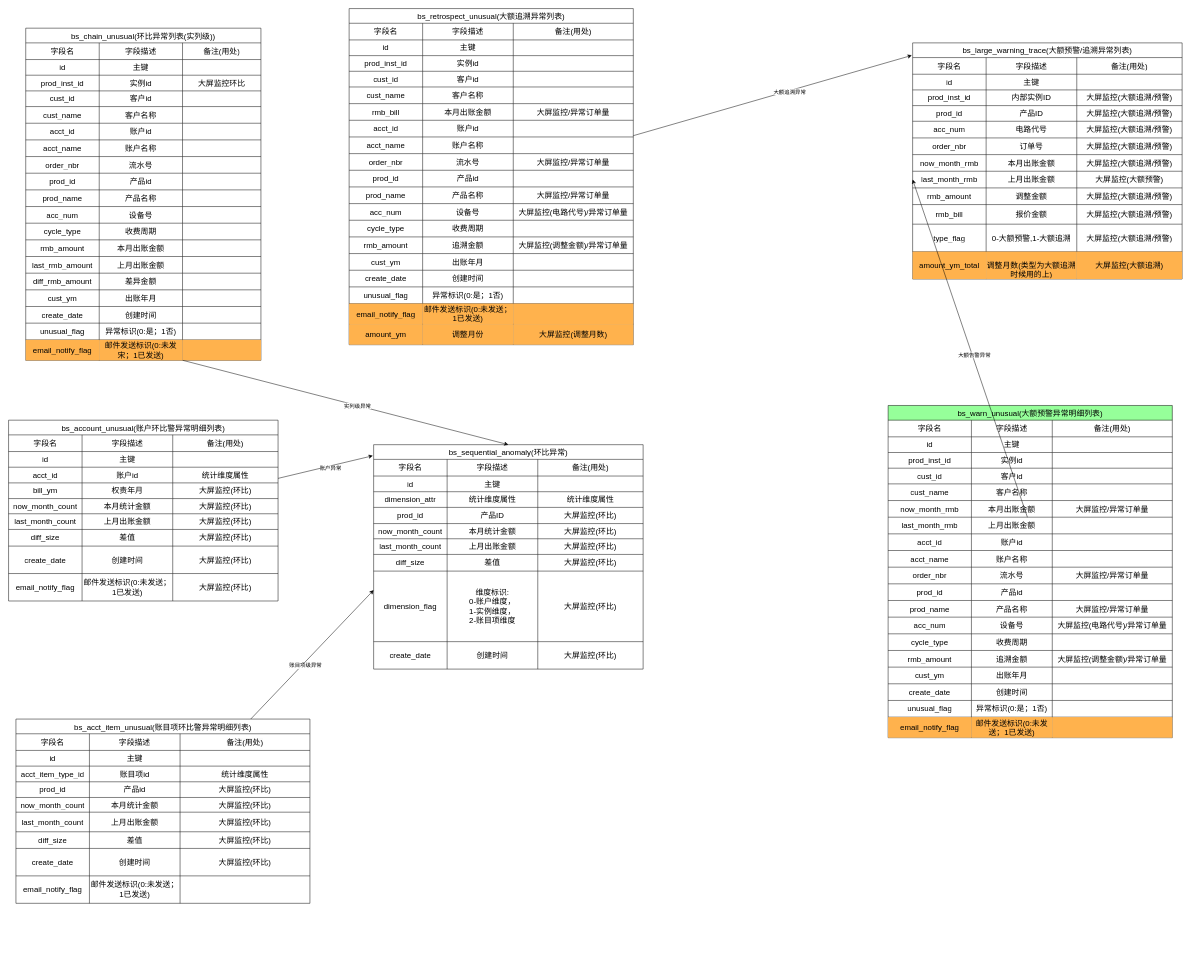
The draw.io diagram page "表结构" (1 of 2) of 环比异常设计.drawio in kunge2013/draw_view, before the edit. Source tidied: cells renumbered, new cells numbered last; positions are measured from the earlier drawing's top-left corner, leaving out a move shared by most shapes. Both pictures are drawn from the tidied source at 49%, with x=0, y=0 at pixel (8, 8).
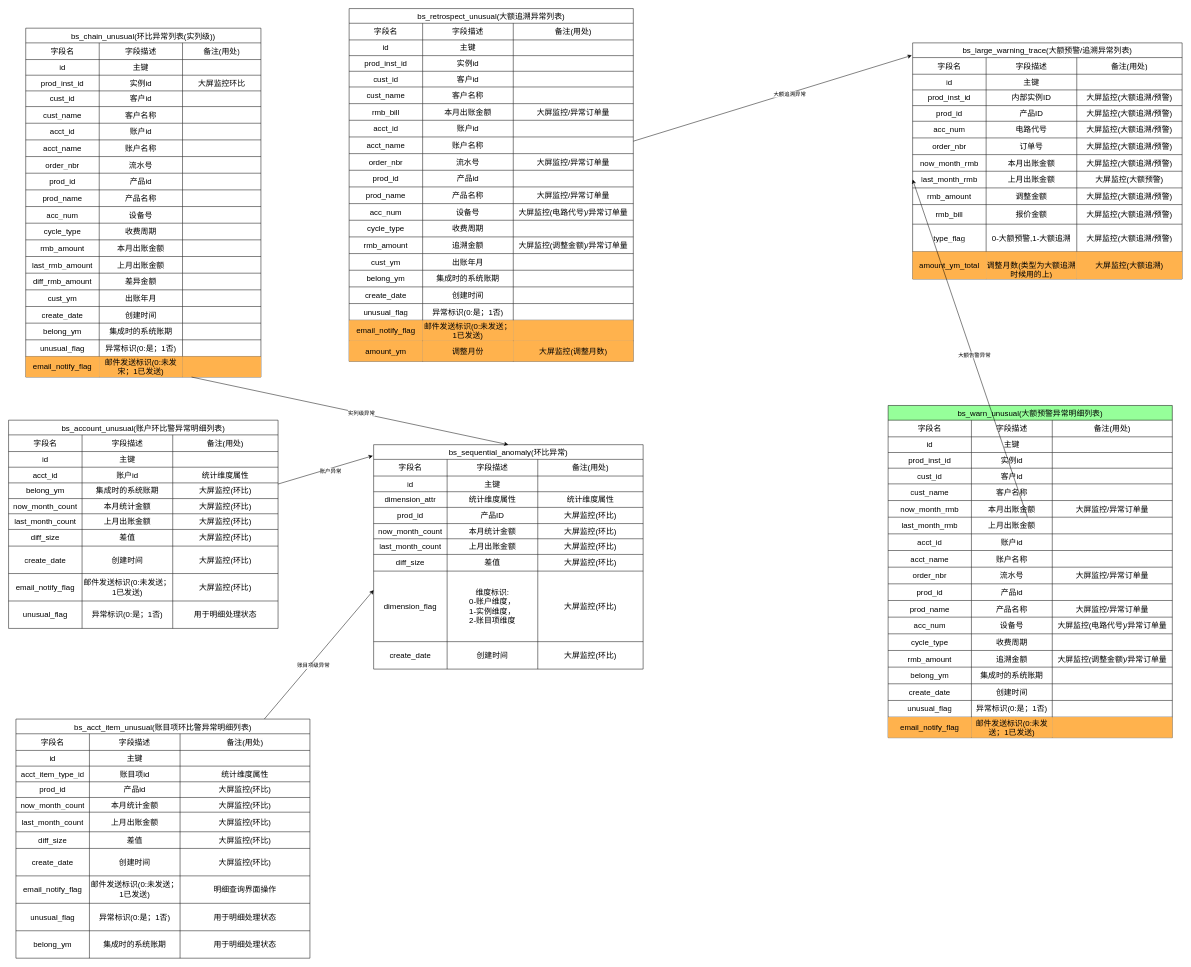
After the change.

Commit message:
更新环比异常设计.drawio

The change refers to these unchanged cells:
```xml
<mxCell id="71" style="shape=tableRow;horizontal=0;startSize=0;swimlaneHead=0;swimlaneBody=0;strokeColor=inherit;top=0;left=0;bottom=0;right=0;fillColor=none;fontSize=16;" parent="2" vertex="1">
  <mxGeometry y="602" width="480" height="34" as="geometry" />
</mxCell>
<mxCell id="268" style="shape=tableRow;horizontal=0;startSize=0;swimlaneHead=0;swimlaneBody=0;strokeColor=inherit;top=0;left=0;bottom=0;right=0;fillColor=none;fontSize=16;" parent="207" vertex="1">
  <mxGeometry y="534" width="580" height="34" as="geometry" />
</mxCell>
<mxCell id="338" style="shape=tableRow;horizontal=0;startSize=0;swimlaneHead=0;swimlaneBody=0;strokeColor=inherit;top=0;left=0;bottom=0;right=0;fillColor=none;fontSize=16;" parent="325" vertex="1">
  <mxGeometry y="128" width="550" height="32" as="geometry" />
</mxCell>
<mxCell id="397" style="shape=tableRow;horizontal=0;startSize=0;swimlaneHead=0;swimlaneBody=0;strokeColor=inherit;top=0;left=0;bottom=0;right=0;fillColor=none;fontSize=16;" parent="364" vertex="1">
  <mxGeometry y="320" width="600" height="56" as="geometry" />
</mxCell>
```

Change to the diagram source:
```diff
@@
     <mxCell id="2" value="bs_chain_unusual(环比异常列表(实列级))" style="shape=table;startSize=30;childLayout=tableLayout;strokeColor=default;fontSize=16;" parent="1" vertex="1">
-      <mxGeometry x="35" y="40" width="480" height="678" as="geometry" />
+      <mxGeometry x="35" y="40" width="480" height="712" as="geometry" />
     </mxCell>
@@
-    <mxCell id="72" value="unusual_flag" style="shape=partialRectangle;html=1;whiteSpace=wrap;strokeColor=inherit;overflow=hidden;fillColor=none;top=0;left=0;bottom=0;right=0;fontSize=16;" parent="71" vertex="1">
+    <mxCell id="72" value="belong_ym" style="shape=partialRectangle;html=1;whiteSpace=wrap;strokeColor=inherit;overflow=hidden;fillColor=none;top=0;left=0;bottom=0;right=0;fontSize=16;" parent="71" vertex="1">
       <mxGeometry width="150" height="34" as="geometry" />
     </mxCell>
-    <mxCell id="73" value="异常标识(0:是；1否)" style="shape=partialRectangle;html=1;whiteSpace=wrap;strokeColor=inherit;overflow=hidden;fillColor=none;top=0;left=0;bottom=0;right=0;fontSize=16;" parent="71" vertex="1">
+    <mxCell id="73" value="集成时的系统账期" style="shape=partialRectangle;html=1;whiteSpace=wrap;strokeColor=inherit;overflow=hidden;fillColor=none;top=0;left=0;bottom=0;right=0;fontSize=16;" parent="71" vertex="1">
       <mxGeometry x="150" width="170" height="34" as="geometry" />
     </mxCell>
@@
+    <mxCell id="403" style="shape=tableRow;horizontal=0;startSize=0;swimlaneHead=0;swimlaneBody=0;strokeColor=inherit;top=0;left=0;bottom=0;right=0;fillColor=none;fontSize=16;" parent="2" vertex="1">
+      <mxGeometry y="636" width="480" height="34" as="geometry" />
+    </mxCell>
+    <mxCell id="404" value="unusual_flag" style="shape=partialRectangle;html=1;whiteSpace=wrap;strokeColor=inherit;overflow=hidden;fillColor=none;top=0;left=0;bottom=0;right=0;fontSize=16;" parent="403" vertex="1">
+      <mxGeometry width="150" height="34" as="geometry" />
+    </mxCell>
+    <mxCell id="405" value="异常标识(0:是；1否)" style="shape=partialRectangle;html=1;whiteSpace=wrap;strokeColor=inherit;overflow=hidden;fillColor=none;top=0;left=0;bottom=0;right=0;fontSize=16;" parent="403" vertex="1">
+      <mxGeometry x="150" width="170" height="34" as="geometry" />
+    </mxCell>
+    <mxCell id="406" style="shape=partialRectangle;html=1;whiteSpace=wrap;strokeColor=inherit;overflow=hidden;fillColor=none;top=0;left=0;bottom=0;right=0;fontSize=16;" parent="403" vertex="1">
+      <mxGeometry x="320" width="160" height="34" as="geometry" />
+    </mxCell>
     <mxCell id="75" style="shape=tableRow;horizontal=0;startSize=0;swimlaneHead=0;swimlaneBody=0;strokeColor=inherit;top=0;left=0;bottom=0;right=0;fillColor=none;points=[[0,0.5],[1,0.5]];portConstraint=eastwest;fontSize=16;" parent="2" vertex="1">
-      <mxGeometry y="636" width="480" height="42" as="geometry" />
+      <mxGeometry y="670" width="480" height="42" as="geometry" />
     </mxCell>
@@
     <mxCell id="81" value="bs_retrospect_unusual(大额追溯异常列表)" style="shape=table;startSize=30;childLayout=tableLayout;strokeColor=default;fontSize=16;" parent="1" vertex="1">
-      <mxGeometry x="695" width="580" height="686" as="geometry" />
+      <mxGeometry x="695" width="580" height="720" as="geometry" />
     </mxCell>
@@
+    <mxCell id="407" style="shape=tableRow;horizontal=0;startSize=0;swimlaneHead=0;swimlaneBody=0;strokeColor=inherit;top=0;left=0;bottom=0;right=0;fillColor=none;fontSize=16;" parent="81" vertex="1">
+      <mxGeometry y="534" width="580" height="34" as="geometry" />
+    </mxCell>
+    <mxCell id="408" value="belong_ym" style="shape=partialRectangle;html=1;whiteSpace=wrap;strokeColor=inherit;overflow=hidden;fillColor=none;top=0;left=0;bottom=0;right=0;fontSize=16;" parent="407" vertex="1">
+      <mxGeometry width="150" height="34" as="geometry" />
+    </mxCell>
+    <mxCell id="409" value="集成时的系统账期" style="shape=partialRectangle;html=1;whiteSpace=wrap;strokeColor=inherit;overflow=hidden;fillColor=none;top=0;left=0;bottom=0;right=0;fontSize=16;" parent="407" vertex="1">
+      <mxGeometry x="150" width="185" height="34" as="geometry" />
+    </mxCell>
+    <mxCell id="410" style="shape=partialRectangle;html=1;whiteSpace=wrap;strokeColor=inherit;overflow=hidden;fillColor=none;top=0;left=0;bottom=0;right=0;fontSize=16;" parent="407" vertex="1">
+      <mxGeometry x="335" width="245" height="34" as="geometry" />
+    </mxCell>
     <mxCell id="142" style="shape=tableRow;horizontal=0;startSize=0;swimlaneHead=0;swimlaneBody=0;strokeColor=inherit;top=0;left=0;bottom=0;right=0;fillColor=none;fontSize=16;" parent="81" vertex="1">
-      <mxGeometry y="534" width="580" height="34" as="geometry" />
+      <mxGeometry y="568" width="580" height="34" as="geometry" />
     </mxCell>
@@
     <mxCell id="146" style="shape=tableRow;horizontal=0;startSize=0;swimlaneHead=0;swimlaneBody=0;strokeColor=inherit;top=0;left=0;bottom=0;right=0;fillColor=none;fontSize=16;" parent="81" vertex="1">
-      <mxGeometry y="568" width="580" height="34" as="geometry" />
+      <mxGeometry y="602" width="580" height="34" as="geometry" />
     </mxCell>
@@
     <mxCell id="150" style="shape=tableRow;horizontal=0;startSize=0;swimlaneHead=0;swimlaneBody=0;strokeColor=inherit;top=0;left=0;bottom=0;right=0;fillColor=none;fontSize=16;" parent="81" vertex="1">
-      <mxGeometry y="602" width="580" height="42" as="geometry" />
+      <mxGeometry y="636" width="580" height="42" as="geometry" />
     </mxCell>
@@
     <mxCell id="154" style="shape=tableRow;horizontal=0;startSize=0;swimlaneHead=0;swimlaneBody=0;strokeColor=inherit;top=0;left=0;bottom=0;right=0;fillColor=none;fontSize=16;" parent="81" vertex="1">
-      <mxGeometry y="644" width="580" height="42" as="geometry" />
+      <mxGeometry y="678" width="580" height="42" as="geometry" />
     </mxCell>
@@
-    <mxCell id="269" value="cust_ym" style="shape=partialRectangle;html=1;whiteSpace=wrap;strokeColor=inherit;overflow=hidden;fillColor=none;top=0;left=0;bottom=0;right=0;fontSize=16;" parent="268" vertex="1">
+    <mxCell id="269" value="belong_ym" style="shape=partialRectangle;html=1;whiteSpace=wrap;strokeColor=inherit;overflow=hidden;fillColor=none;top=0;left=0;bottom=0;right=0;fontSize=16;" parent="268" vertex="1">
       <mxGeometry width="170" height="34" as="geometry" />
     </mxCell>
-    <mxCell id="270" value="出账年月" style="shape=partialRectangle;html=1;whiteSpace=wrap;strokeColor=inherit;overflow=hidden;fillColor=none;top=0;left=0;bottom=0;right=0;fontSize=16;" parent="268" vertex="1">
+    <mxCell id="270" value="集成时的系统账期" style="shape=partialRectangle;html=1;whiteSpace=wrap;strokeColor=inherit;overflow=hidden;fillColor=none;top=0;left=0;bottom=0;right=0;fontSize=16;" parent="268" vertex="1">
       <mxGeometry x="170" width="165" height="34" as="geometry" />
     </mxCell>
@@
     <mxCell id="325" value="bs_account_unusual(账户环比警异常明细列表)" style="shape=table;startSize=30;childLayout=tableLayout;strokeColor=default;fontSize=16;" parent="1" vertex="1">
-      <mxGeometry y="840" width="550" height="369" as="geometry" />
+      <mxGeometry y="840" width="550" height="425" as="geometry" />
     </mxCell>
@@
-    <mxCell id="339" value="bill_ym" style="shape=partialRectangle;html=1;whiteSpace=wrap;strokeColor=inherit;overflow=hidden;fillColor=none;top=0;left=0;bottom=0;right=0;fontSize=16;" parent="338" vertex="1">
+    <mxCell id="339" value="belong_ym" style="shape=partialRectangle;html=1;whiteSpace=wrap;strokeColor=inherit;overflow=hidden;fillColor=none;top=0;left=0;bottom=0;right=0;fontSize=16;" parent="338" vertex="1">
       <mxGeometry width="150" height="32" as="geometry" />
     </mxCell>
-    <mxCell id="340" value="权责年月" style="shape=partialRectangle;html=1;whiteSpace=wrap;strokeColor=inherit;overflow=hidden;fillColor=none;top=0;left=0;bottom=0;right=0;fontSize=16;" parent="338" vertex="1">
+    <mxCell id="340" value="集成时的系统账期" style="shape=partialRectangle;html=1;whiteSpace=wrap;strokeColor=inherit;overflow=hidden;fillColor=none;top=0;left=0;bottom=0;right=0;fontSize=16;" parent="338" vertex="1">
       <mxGeometry x="150" width="185" height="32" as="geometry" />
     </mxCell>
@@
+    <mxCell id="411" style="shape=tableRow;horizontal=0;startSize=0;swimlaneHead=0;swimlaneBody=0;strokeColor=inherit;top=0;left=0;bottom=0;right=0;fillColor=none;fontSize=16;" parent="325" vertex="1">
+      <mxGeometry y="369" width="550" height="56" as="geometry" />
+    </mxCell>
+    <mxCell id="412" value="unusual_flag" style="shape=partialRectangle;html=1;whiteSpace=wrap;strokeColor=inherit;overflow=hidden;fillColor=none;top=0;left=0;bottom=0;right=0;fontSize=16;" parent="411" vertex="1">
+      <mxGeometry width="150" height="56" as="geometry" />
+    </mxCell>
+    <mxCell id="413" value="异常标识(0:是；1否)" style="shape=partialRectangle;html=1;whiteSpace=wrap;strokeColor=inherit;overflow=hidden;fillColor=none;top=0;left=0;bottom=0;right=0;fontSize=16;" parent="411" vertex="1">
+      <mxGeometry x="150" width="185" height="56" as="geometry" />
+    </mxCell>
+    <mxCell id="414" value="用于明细处理状态" style="shape=partialRectangle;html=1;whiteSpace=wrap;strokeColor=inherit;overflow=hidden;fillColor=none;top=0;left=0;bottom=0;right=0;fontSize=16;" parent="411" vertex="1">
+      <mxGeometry x="335" width="215" height="56" as="geometry" />
+    </mxCell>
@@
     <mxCell id="364" value="bs_acct_item_unusual(账目项环比警异常明细列表)" style="shape=table;startSize=30;childLayout=tableLayout;strokeColor=default;fontSize=16;" parent="1" vertex="1">
-      <mxGeometry x="15" y="1450" width="600" height="376" as="geometry" />
+      <mxGeometry x="15" y="1450" width="600" height="488" as="geometry" />
     </mxCell>
@@
-    <mxCell id="400" style="shape=partialRectangle;html=1;whiteSpace=wrap;strokeColor=inherit;overflow=hidden;fillColor=none;top=0;left=0;bottom=0;right=0;fontSize=16;" parent="397" vertex="1">
+    <mxCell id="400" value="明细查询界面操作" style="shape=partialRectangle;html=1;whiteSpace=wrap;strokeColor=inherit;overflow=hidden;fillColor=none;top=0;left=0;bottom=0;right=0;fontSize=16;" parent="397" vertex="1">
       <mxGeometry x="335" width="265" height="56" as="geometry" />
     </mxCell>
+    <mxCell id="415" style="shape=tableRow;horizontal=0;startSize=0;swimlaneHead=0;swimlaneBody=0;strokeColor=inherit;top=0;left=0;bottom=0;right=0;fillColor=none;fontSize=16;" parent="364" vertex="1">
+      <mxGeometry y="376" width="600" height="56" as="geometry" />
+    </mxCell>
+    <mxCell id="416" value="unusual_flag" style="shape=partialRectangle;html=1;whiteSpace=wrap;strokeColor=inherit;overflow=hidden;fillColor=none;top=0;left=0;bottom=0;right=0;fontSize=16;" parent="415" vertex="1">
+      <mxGeometry width="150" height="56" as="geometry" />
+    </mxCell>
+    <mxCell id="417" value="异常标识(0:是；1否)" style="shape=partialRectangle;html=1;whiteSpace=wrap;strokeColor=inherit;overflow=hidden;fillColor=none;top=0;left=0;bottom=0;right=0;fontSize=16;" parent="415" vertex="1">
+      <mxGeometry x="150" width="185" height="56" as="geometry" />
+    </mxCell>
+    <mxCell id="418" value="用于明细处理状态" style="shape=partialRectangle;html=1;whiteSpace=wrap;strokeColor=inherit;overflow=hidden;fillColor=none;top=0;left=0;bottom=0;right=0;fontSize=16;" parent="415" vertex="1">
+      <mxGeometry x="335" width="265" height="56" as="geometry" />
+    </mxCell>
+    <mxCell id="419" style="shape=tableRow;horizontal=0;startSize=0;swimlaneHead=0;swimlaneBody=0;strokeColor=inherit;top=0;left=0;bottom=0;right=0;fillColor=none;fontSize=16;" parent="364" vertex="1">
+      <mxGeometry y="432" width="600" height="56" as="geometry" />
+    </mxCell>
+    <mxCell id="420" value="belong_ym" style="shape=partialRectangle;html=1;whiteSpace=wrap;strokeColor=inherit;overflow=hidden;fillColor=none;top=0;left=0;bottom=0;right=0;fontSize=16;" parent="419" vertex="1">
+      <mxGeometry width="150" height="56" as="geometry" />
+    </mxCell>
+    <mxCell id="421" value="集成时的系统账期" style="shape=partialRectangle;html=1;whiteSpace=wrap;strokeColor=inherit;overflow=hidden;fillColor=none;top=0;left=0;bottom=0;right=0;fontSize=16;" parent="419" vertex="1">
+      <mxGeometry x="150" width="185" height="56" as="geometry" />
+    </mxCell>
+    <mxCell id="422" value="用于明细处理状态" style="shape=partialRectangle;html=1;whiteSpace=wrap;strokeColor=inherit;overflow=hidden;fillColor=none;top=0;left=0;bottom=0;right=0;fontSize=16;" parent="419" vertex="1">
+      <mxGeometry x="335" width="265" height="56" as="geometry" />
+    </mxCell>
```
